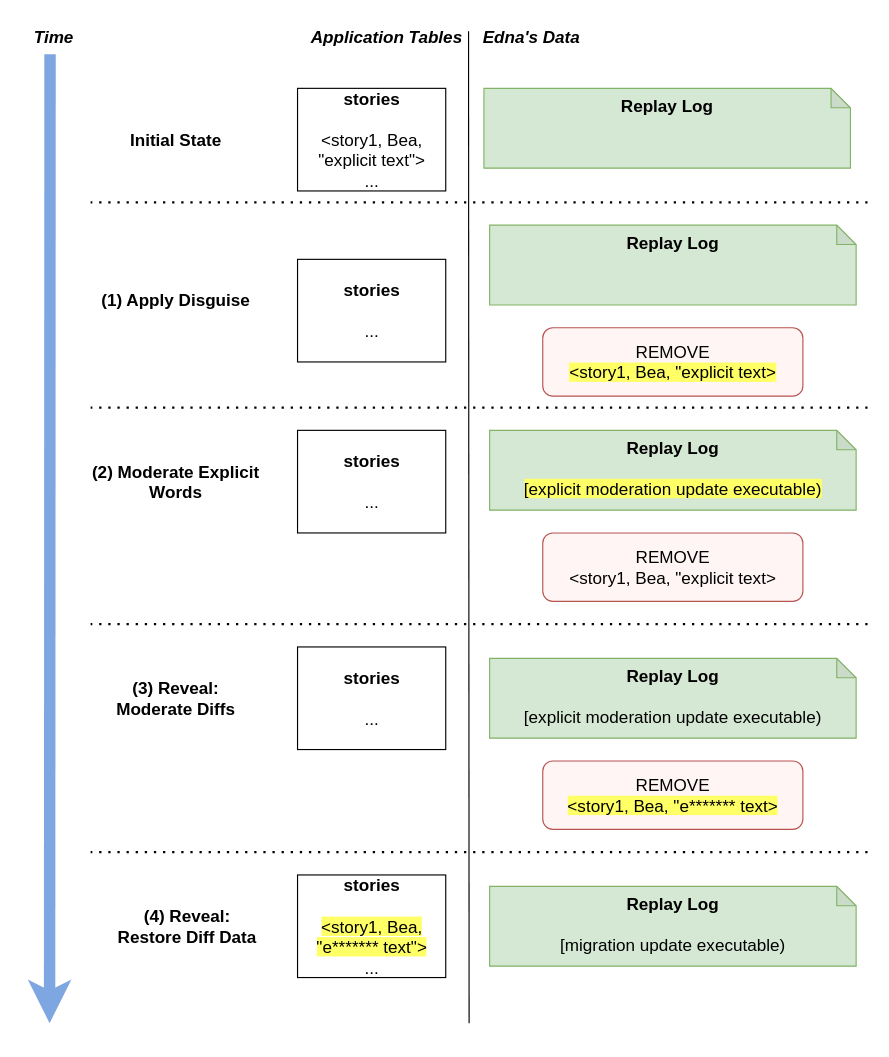
This is page "updates" (17 of 19) of thesis/figs/edna.drawio from tslilyai/thesis, a draw.io file, before an edit. Source tidied: cells renumbered, new cells numbered last; positions are measured from the earlier drawing's top-left corner, leaving out a move shared by most shapes. Both pictures are drawn from the tidied source at 114%, with x=0, y=0 at pixel (19, 19).
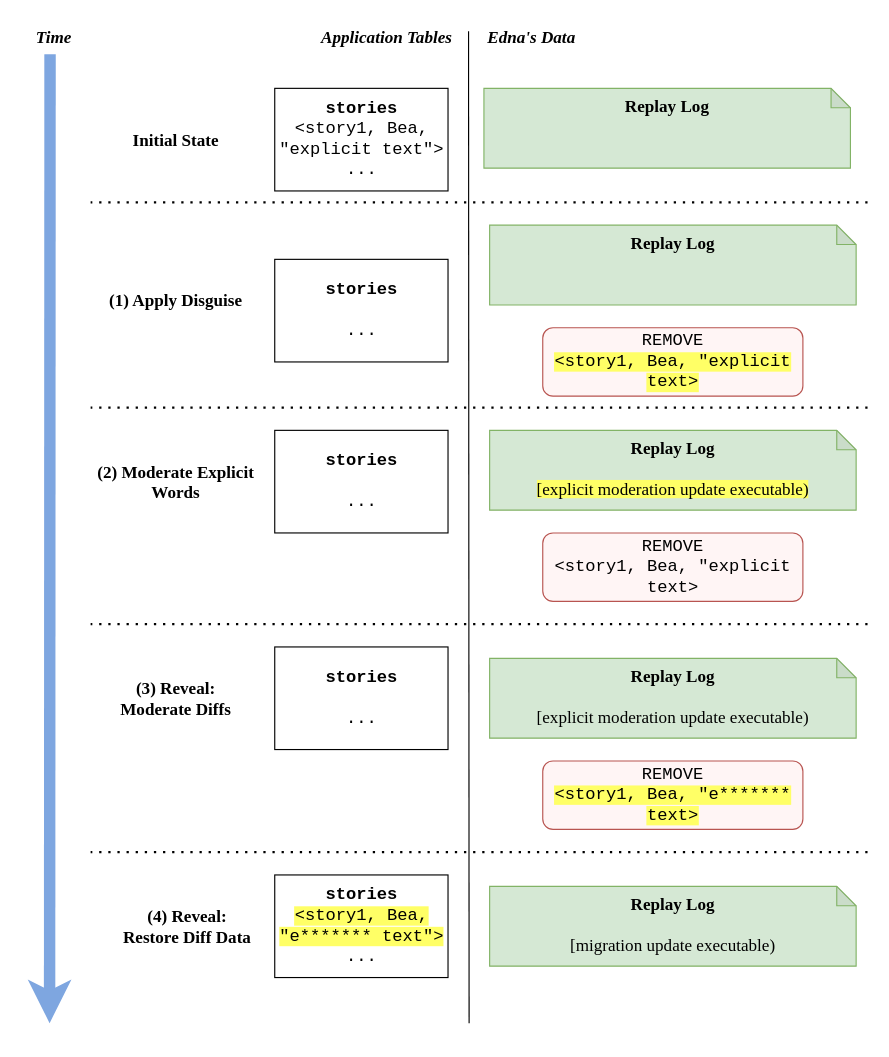
The same diagram, later.

Commit message (it also covers changes not shown here):
shared data hl fig and updates figs for s4

Diff of the diagram source:
```diff
@@
-    <mxCell id="2" value="REMOVE&lt;br&gt;&lt;span style=&quot;background-color: rgb(255, 255, 102);&quot;&gt;&amp;lt;story1, Bea, &quot;explicit text&amp;gt;&lt;/span&gt;" style="rounded=1;whiteSpace=wrap;html=1;fillColor=#fff5f5;strokeColor=#b85450;fontSize=15;" parent="1" vertex="1">
+    <mxCell id="2" value="REMOVE&lt;br&gt;&lt;span style=&quot;background-color: rgb(255, 255, 102);&quot;&gt;&amp;lt;story1, Bea, &quot;explicit text&amp;gt;&lt;/span&gt;" style="rounded=1;whiteSpace=wrap;html=1;fillColor=#fff5f5;strokeColor=#b85450;fontSize=15;fontFamily=Courier New;" parent="1" vertex="1">
       <mxGeometry x="458.6" y="270" width="228.2" height="60" as="geometry" />
     </mxCell>
-    <mxCell id="3" value="&lt;div style=&quot;font-size: 15px;&quot;&gt;&lt;/div&gt;&lt;b&gt;stories&lt;br&gt;&lt;/b&gt;&lt;br style=&quot;font-size: 15px;&quot;&gt;&amp;lt;story1, Bea, &quot;explicit text&quot;&amp;gt;&lt;br style=&quot;font-size: 15px;&quot;&gt;..." style="rounded=1;whiteSpace=wrap;html=1;arcSize=0;align=center;spacing=3;fontSize=15;" parent="1" vertex="1">
-      <mxGeometry x="243.5" y="60" width="130" height="90" as="geometry" />
+    <mxCell id="3" value="&lt;div style=&quot;font-size: 15px;&quot;&gt;&lt;/div&gt;&lt;b&gt;stories&lt;/b&gt;&lt;br style=&quot;font-size: 15px;&quot;&gt;&amp;lt;story1, Bea, &quot;explicit text&quot;&amp;gt;&lt;br style=&quot;font-size: 15px;&quot;&gt;..." style="rounded=1;whiteSpace=wrap;html=1;arcSize=0;align=center;spacing=0;fontSize=15;fontFamily=Courier New;" parent="1" vertex="1">
+      <mxGeometry x="223.5" y="60" width="152" height="90" as="geometry" />
     </mxCell>
-    <mxCell id="4" value="Application Tables" style="text;html=1;align=center;verticalAlign=middle;whiteSpace=wrap;rounded=0;fontStyle=3;fontSize=15;" parent="1" vertex="1">
+    <mxCell id="4" value="Application Tables" style="text;html=1;align=center;verticalAlign=middle;whiteSpace=wrap;rounded=0;fontStyle=3;fontSize=15;fontFamily=Times New Roman;" parent="1" vertex="1">
       <mxGeometry x="232" width="180" height="30" as="geometry" />
     </mxCell>
-    <mxCell id="5" value="Edna's Data" style="text;html=1;align=center;verticalAlign=middle;whiteSpace=wrap;rounded=0;fontStyle=3;fontSize=15;" parent="1" vertex="1">
+    <mxCell id="5" value="Edna's Data" style="text;html=1;align=center;verticalAlign=middle;whiteSpace=wrap;rounded=0;fontStyle=3;fontSize=15;fontFamily=Times New Roman;" parent="1" vertex="1">
       <mxGeometry x="353.5" width="190" height="30" as="geometry" />
     </mxCell>
-    <mxCell id="6" style="endArrow=none;html=1;strokeWidth=1;rounded=0;fontSize=15;" parent="1" edge="1">
+    <mxCell id="6" style="endArrow=none;html=1;strokeWidth=1;rounded=0;fontSize=15;fontFamily=Times New Roman;" parent="1" edge="1">
       <mxGeometry relative="1" as="geometry">
         <mxPoint x="394" y="880" as="sourcePoint" />
         <mxPoint x="393.5" y="10" as="targetPoint" />
       </mxGeometry>
     </mxCell>
-    <mxCell id="7" value="(1) Apply Disguise" style="text;html=1;align=center;verticalAlign=middle;whiteSpace=wrap;rounded=0;fontStyle=1;fontSize=15;" parent="1" vertex="1">
+    <mxCell id="7" value="(1) Apply Disguise" style="text;html=1;align=center;verticalAlign=middle;whiteSpace=wrap;rounded=0;fontStyle=1;fontSize=15;fontFamily=Times New Roman;" parent="1" vertex="1">
       <mxGeometry x="42" y="230" width="190" height="30" as="geometry" />
     </mxCell>
-    <mxCell id="8" value="(2) Moderate Explicit Words" style="text;html=1;align=center;verticalAlign=middle;whiteSpace=wrap;rounded=0;fontStyle=1;fontSize=15;" parent="1" vertex="1">
+    <mxCell id="8" value="(2) Moderate Explicit Words" style="text;html=1;align=center;verticalAlign=middle;whiteSpace=wrap;rounded=0;fontStyle=1;fontSize=15;fontFamily=Times New Roman;" parent="1" vertex="1">
       <mxGeometry x="62" y="390" width="150" height="30" as="geometry" />
     </mxCell>
-    <mxCell id="9" value="(3) Reveal:&lt;br&gt;Moderate Diffs" style="text;html=1;align=center;verticalAlign=middle;whiteSpace=wrap;rounded=0;fontStyle=1;fontSize=15;" parent="1" vertex="1">
+    <mxCell id="9" value="(3) Reveal:&lt;br&gt;Moderate Diffs" style="text;html=1;align=center;verticalAlign=middle;whiteSpace=wrap;rounded=0;fontStyle=1;fontSize=15;fontFamily=Times New Roman;" parent="1" vertex="1">
       <mxGeometry x="42" y="580" width="190" height="30" as="geometry" />
     </mxCell>
-    <mxCell id="10" value="&lt;b style=&quot;font-size: 15px;&quot;&gt;Replay Log&lt;br style=&quot;font-size: 15px;&quot;&gt;&lt;/b&gt;&lt;br style=&quot;font-size: 15px;&quot;&gt;&lt;br style=&quot;font-size: 15px;&quot;&gt;&lt;br style=&quot;font-size: 15px;&quot;&gt;&lt;div style=&quot;font-size: 15px;&quot;&gt;&lt;br style=&quot;font-size: 15px;&quot;&gt;&lt;/div&gt;" style="shape=note;whiteSpace=wrap;html=1;backgroundOutline=1;darkOpacity=0.05;size=17;fillColor=#d5e8d4;strokeColor=#82b366;fontSize=15;verticalAlign=top;" parent="1" vertex="1">
+    <mxCell id="10" value="&lt;b style=&quot;font-size: 15px;&quot;&gt;Replay Log&lt;br style=&quot;font-size: 15px;&quot;&gt;&lt;/b&gt;&lt;br style=&quot;font-size: 15px;&quot;&gt;&lt;br style=&quot;font-size: 15px;&quot;&gt;&lt;br style=&quot;font-size: 15px;&quot;&gt;&lt;div style=&quot;font-size: 15px;&quot;&gt;&lt;br style=&quot;font-size: 15px;&quot;&gt;&lt;/div&gt;" style="shape=note;whiteSpace=wrap;html=1;backgroundOutline=1;darkOpacity=0.05;size=17;fillColor=#d5e8d4;strokeColor=#82b366;fontSize=15;verticalAlign=top;fontFamily=Times New Roman;" parent="1" vertex="1">
       <mxGeometry x="407" y="60" width="321.5" height="70" as="geometry" />
     </mxCell>
-    <mxCell id="11" value="&lt;b style=&quot;font-size: 15px;&quot;&gt;Replay Log&lt;br style=&quot;font-size: 15px;&quot;&gt;&lt;/b&gt;&lt;br style=&quot;font-size: 15px;&quot;&gt;&lt;br style=&quot;font-size: 15px;&quot;&gt;&lt;br style=&quot;font-size: 15px;&quot;&gt;&lt;div style=&quot;font-size: 15px;&quot;&gt;&lt;br style=&quot;font-size: 15px;&quot;&gt;&lt;/div&gt;" style="shape=note;whiteSpace=wrap;html=1;backgroundOutline=1;darkOpacity=0.05;size=17;fillColor=#d5e8d4;strokeColor=#82b366;fontSize=15;verticalAlign=top;" parent="1" vertex="1">
+    <mxCell id="11" value="&lt;b style=&quot;font-size: 15px;&quot;&gt;Replay Log&lt;br style=&quot;font-size: 15px;&quot;&gt;&lt;/b&gt;&lt;br style=&quot;font-size: 15px;&quot;&gt;&lt;br style=&quot;font-size: 15px;&quot;&gt;&lt;br style=&quot;font-size: 15px;&quot;&gt;&lt;div style=&quot;font-size: 15px;&quot;&gt;&lt;br style=&quot;font-size: 15px;&quot;&gt;&lt;/div&gt;" style="shape=note;whiteSpace=wrap;html=1;backgroundOutline=1;darkOpacity=0.05;size=17;fillColor=#d5e8d4;strokeColor=#82b366;fontSize=15;verticalAlign=top;fontFamily=Times New Roman;" parent="1" vertex="1">
       <mxGeometry x="412" y="180" width="321.5" height="70" as="geometry" />
     </mxCell>
-    <mxCell id="12" value="&lt;b style=&quot;font-size: 15px;&quot;&gt;Replay Log&lt;br style=&quot;font-size: 15px;&quot;&gt;&lt;/b&gt;&lt;br style=&quot;font-size: 15px;&quot;&gt;&lt;span style=&quot;background-color: rgb(255, 255, 102);&quot;&gt;[explicit moderation update executable)&lt;br style=&quot;font-size: 15px;&quot;&gt;&lt;/span&gt;&lt;br style=&quot;font-size: 15px;&quot;&gt;&lt;div style=&quot;font-size: 15px;&quot;&gt;&lt;br style=&quot;font-size: 15px;&quot;&gt;&lt;/div&gt;" style="shape=note;whiteSpace=wrap;html=1;backgroundOutline=1;darkOpacity=0.05;size=17;fillColor=#d5e8d4;strokeColor=#82b366;fontSize=15;verticalAlign=top;" parent="1" vertex="1">
+    <mxCell id="12" value="&lt;b style=&quot;font-size: 15px;&quot;&gt;Replay Log&lt;br style=&quot;font-size: 15px;&quot;&gt;&lt;/b&gt;&lt;br style=&quot;font-size: 15px;&quot;&gt;&lt;span style=&quot;background-color: rgb(255, 255, 102);&quot;&gt;[explicit moderation update executable)&lt;br style=&quot;font-size: 15px;&quot;&gt;&lt;/span&gt;&lt;br style=&quot;font-size: 15px;&quot;&gt;&lt;div style=&quot;font-size: 15px;&quot;&gt;&lt;br style=&quot;font-size: 15px;&quot;&gt;&lt;/div&gt;" style="shape=note;whiteSpace=wrap;html=1;backgroundOutline=1;darkOpacity=0.05;size=17;fillColor=#d5e8d4;strokeColor=#82b366;fontSize=15;verticalAlign=top;fontFamily=Times New Roman;" parent="1" vertex="1">
       <mxGeometry x="412" y="360" width="321.5" height="70" as="geometry" />
     </mxCell>
-    <mxCell id="13" style="endArrow=none;dashed=1;html=1;dashPattern=1 3;strokeWidth=2;rounded=0;fontSize=15;" parent="1" edge="1">
+    <mxCell id="13" style="endArrow=none;dashed=1;html=1;dashPattern=1 3;strokeWidth=2;rounded=0;fontSize=15;fontFamily=Times New Roman;" parent="1" edge="1">
       <mxGeometry relative="1" as="geometry">
         <mxPoint x="743.5" y="530" as="sourcePoint" />
         <mxPoint x="62" y="530" as="targetPoint" />
       </mxGeometry>
     </mxCell>
-    <mxCell id="14" value="(4) Reveal:&lt;br&gt;Restore Diff Data" style="text;html=1;align=center;verticalAlign=middle;whiteSpace=wrap;rounded=0;fontStyle=1;fontSize=15;" parent="1" vertex="1">
+    <mxCell id="14" value="(4) Reveal:&lt;br&gt;Restore Diff Data" style="text;html=1;align=center;verticalAlign=middle;whiteSpace=wrap;rounded=0;fontStyle=1;fontSize=15;fontFamily=Times New Roman;" parent="1" vertex="1">
       <mxGeometry x="52" y="780" width="190" height="30" as="geometry" />
     </mxCell>
-    <mxCell id="15" value="&lt;b style=&quot;font-size: 15px;&quot;&gt;Replay Log&lt;br style=&quot;font-size: 15px;&quot;&gt;&lt;/b&gt;&lt;br style=&quot;font-size: 15px;&quot;&gt;[migration update executable)&lt;br style=&quot;font-size: 15px;&quot;&gt;&lt;br style=&quot;font-size: 15px;&quot;&gt;&lt;div style=&quot;font-size: 15px;&quot;&gt;&lt;br style=&quot;font-size: 15px;&quot;&gt;&lt;/div&gt;" style="shape=note;whiteSpace=wrap;html=1;backgroundOutline=1;darkOpacity=0.05;size=17;fillColor=#d5e8d4;strokeColor=#82b366;fontSize=15;verticalAlign=top;" parent="1" vertex="1">
+    <mxCell id="15" value="&lt;b style=&quot;font-size: 15px;&quot;&gt;Replay Log&lt;br style=&quot;font-size: 15px;&quot;&gt;&lt;/b&gt;&lt;br style=&quot;font-size: 15px;&quot;&gt;[migration update executable)&lt;br style=&quot;font-size: 15px;&quot;&gt;&lt;br style=&quot;font-size: 15px;&quot;&gt;&lt;div style=&quot;font-size: 15px;&quot;&gt;&lt;br style=&quot;font-size: 15px;&quot;&gt;&lt;/div&gt;" style="shape=note;whiteSpace=wrap;html=1;backgroundOutline=1;darkOpacity=0.05;size=17;fillColor=#d5e8d4;strokeColor=#82b366;fontSize=15;verticalAlign=top;fontFamily=Times New Roman;" parent="1" vertex="1">
       <mxGeometry x="412" y="760" width="321.5" height="70" as="geometry" />
     </mxCell>
-    <mxCell id="16" value="Initial State" style="text;html=1;align=center;verticalAlign=middle;whiteSpace=wrap;rounded=0;fontStyle=1;fontSize=15;" parent="1" vertex="1">
+    <mxCell id="16" value="Initial State" style="text;html=1;align=center;verticalAlign=middle;whiteSpace=wrap;rounded=0;fontStyle=1;fontSize=15;fontFamily=Times New Roman;" parent="1" vertex="1">
       <mxGeometry x="42" y="90" width="190" height="30" as="geometry" />
     </mxCell>
-    <mxCell id="17" value="&lt;div style=&quot;font-size: 15px;&quot;&gt;&lt;/div&gt;&lt;b&gt;stories&lt;br&gt;&lt;/b&gt;&lt;br style=&quot;font-size: 15px;&quot;&gt;&lt;span style=&quot;background-color: rgb(255, 255, 102);&quot;&gt;&amp;lt;story1, Bea, &quot;e******* text&quot;&amp;gt;&lt;br style=&quot;border-color: var(--border-color);&quot;&gt;&lt;/span&gt;..." style="rounded=1;whiteSpace=wrap;html=1;arcSize=0;align=center;spacing=3;fontSize=15;" parent="1" vertex="1">
-      <mxGeometry x="243.5" y="750" width="130" height="90" as="geometry" />
+    <mxCell id="17" value="&lt;div style=&quot;font-size: 15px;&quot;&gt;&lt;/div&gt;&lt;b&gt;stories&lt;/b&gt;&lt;br style=&quot;font-size: 15px;&quot;&gt;&lt;span style=&quot;background-color: rgb(255, 255, 102);&quot;&gt;&amp;lt;story1, Bea, &quot;e******* text&quot;&amp;gt;&lt;br style=&quot;border-color: var(--border-color);&quot;&gt;&lt;/span&gt;..." style="rounded=1;whiteSpace=wrap;html=1;arcSize=0;align=center;spacing=3;fontSize=15;fontFamily=Courier New;" parent="1" vertex="1">
+      <mxGeometry x="223.5" y="750" width="152" height="90" as="geometry" />
     </mxCell>
-    <mxCell id="18" value="REMOVE&lt;br&gt;&amp;lt;story1, Bea, &quot;explicit text&amp;gt;" style="rounded=1;whiteSpace=wrap;html=1;fillColor=#fff5f5;strokeColor=#b85450;fontSize=15;" parent="1" vertex="1">
+    <mxCell id="18" value="REMOVE&lt;br&gt;&amp;lt;story1, Bea, &quot;explicit text&amp;gt;" style="rounded=1;whiteSpace=wrap;html=1;fillColor=#fff5f5;strokeColor=#b85450;fontSize=15;fontFamily=Courier New;" parent="1" vertex="1">
       <mxGeometry x="458.6" y="450" width="228.2" height="60" as="geometry" />
     </mxCell>
-    <mxCell id="19" value="&lt;b style=&quot;font-size: 15px;&quot;&gt;Replay Log&lt;br style=&quot;font-size: 15px;&quot;&gt;&lt;/b&gt;&lt;br style=&quot;font-size: 15px;&quot;&gt;[explicit moderation update executable)&lt;br style=&quot;font-size: 15px;&quot;&gt;&lt;br style=&quot;font-size: 15px;&quot;&gt;&lt;div style=&quot;font-size: 15px;&quot;&gt;&lt;br style=&quot;font-size: 15px;&quot;&gt;&lt;/div&gt;" style="shape=note;whiteSpace=wrap;html=1;backgroundOutline=1;darkOpacity=0.05;size=17;fillColor=#d5e8d4;strokeColor=#82b366;fontSize=15;verticalAlign=top;" parent="1" vertex="1">
+    <mxCell id="19" value="&lt;b style=&quot;font-size: 15px;&quot;&gt;Replay Log&lt;br style=&quot;font-size: 15px;&quot;&gt;&lt;/b&gt;&lt;br style=&quot;font-size: 15px;&quot;&gt;[explicit moderation update executable)&lt;br style=&quot;font-size: 15px;&quot;&gt;&lt;br style=&quot;font-size: 15px;&quot;&gt;&lt;div style=&quot;font-size: 15px;&quot;&gt;&lt;br style=&quot;font-size: 15px;&quot;&gt;&lt;/div&gt;" style="shape=note;whiteSpace=wrap;html=1;backgroundOutline=1;darkOpacity=0.05;size=17;fillColor=#d5e8d4;strokeColor=#82b366;fontSize=15;verticalAlign=top;fontFamily=Times New Roman;" parent="1" vertex="1">
       <mxGeometry x="412" y="560" width="321.5" height="70" as="geometry" />
     </mxCell>
-    <mxCell id="20" value="REMOVE&lt;br&gt;&lt;span style=&quot;background-color: rgb(255, 255, 102);&quot;&gt;&amp;lt;story1, Bea, &quot;e******* text&amp;gt;&lt;/span&gt;" style="rounded=1;whiteSpace=wrap;html=1;fillColor=#fff5f5;strokeColor=#b85450;fontSize=15;" parent="1" vertex="1">
+    <mxCell id="20" value="REMOVE&lt;br&gt;&lt;span style=&quot;background-color: rgb(255, 255, 102);&quot;&gt;&amp;lt;story1, Bea, &quot;e******* text&amp;gt;&lt;/span&gt;" style="rounded=1;whiteSpace=wrap;html=1;fillColor=#fff5f5;strokeColor=#b85450;fontSize=15;fontFamily=Courier New;" parent="1" vertex="1">
       <mxGeometry x="458.6" y="650" width="228.2" height="60" as="geometry" />
     </mxCell>
-    <mxCell id="21" style="endArrow=none;dashed=1;html=1;dashPattern=1 3;strokeWidth=2;rounded=0;fontSize=15;" parent="1" edge="1">
+    <mxCell id="21" style="endArrow=none;dashed=1;html=1;dashPattern=1 3;strokeWidth=2;rounded=0;fontSize=15;fontFamily=Times New Roman;" parent="1" edge="1">
       <mxGeometry relative="1" as="geometry">
         <mxPoint x="743.5" y="340" as="sourcePoint" />
         <mxPoint x="62" y="340" as="targetPoint" />
       </mxGeometry>
     </mxCell>
-    <mxCell id="22" style="endArrow=none;dashed=1;html=1;dashPattern=1 3;strokeWidth=2;rounded=0;fontSize=15;" parent="1" edge="1">
+    <mxCell id="22" style="endArrow=none;dashed=1;html=1;dashPattern=1 3;strokeWidth=2;rounded=0;fontSize=15;fontFamily=Times New Roman;" parent="1" edge="1">
       <mxGeometry relative="1" as="geometry">
         <mxPoint x="743.5" y="160" as="sourcePoint" />
         <mxPoint x="62" y="160" as="targetPoint" />
       </mxGeometry>
     </mxCell>
-    <mxCell id="23" style="endArrow=none;dashed=1;html=1;dashPattern=1 3;strokeWidth=2;rounded=0;fontSize=15;" parent="1" edge="1">
+    <mxCell id="23" style="endArrow=none;dashed=1;html=1;dashPattern=1 3;strokeWidth=2;rounded=0;fontSize=15;fontFamily=Times New Roman;" parent="1" edge="1">
       <mxGeometry relative="1" as="geometry">
         <mxPoint x="743.5" y="730" as="sourcePoint" />
         <mxPoint x="62" y="730" as="targetPoint" />
       </mxGeometry>
     </mxCell>
-    <mxCell id="24" value="&lt;div style=&quot;font-size: 15px;&quot;&gt;&lt;/div&gt;&lt;b&gt;stories&lt;br&gt;&lt;/b&gt;&lt;br style=&quot;font-size: 15px;&quot;&gt;..." style="rounded=1;whiteSpace=wrap;html=1;arcSize=0;align=center;spacing=3;fontSize=15;" parent="1" vertex="1">
-      <mxGeometry x="243.5" y="210" width="130" height="90" as="geometry" />
+    <mxCell id="24" value="&lt;div style=&quot;font-size: 15px;&quot;&gt;&lt;/div&gt;&lt;b&gt;stories&lt;br&gt;&lt;/b&gt;&lt;br style=&quot;font-size: 15px;&quot;&gt;..." style="rounded=1;whiteSpace=wrap;html=1;arcSize=0;align=center;spacing=3;fontSize=15;fontFamily=Courier New;" parent="1" vertex="1">
+      <mxGeometry x="223.5" y="210" width="152" height="90" as="geometry" />
     </mxCell>
-    <mxCell id="25" value="&lt;div style=&quot;font-size: 15px;&quot;&gt;&lt;/div&gt;&lt;b&gt;stories&lt;br&gt;&lt;/b&gt;&lt;br style=&quot;font-size: 15px;&quot;&gt;..." style="rounded=1;whiteSpace=wrap;html=1;arcSize=0;align=center;spacing=3;fontSize=15;" parent="1" vertex="1">
-      <mxGeometry x="243.5" y="360" width="130" height="90" as="geometry" />
+    <mxCell id="25" value="&lt;div style=&quot;font-size: 15px;&quot;&gt;&lt;/div&gt;&lt;b&gt;stories&lt;br&gt;&lt;/b&gt;&lt;br style=&quot;font-size: 15px;&quot;&gt;..." style="rounded=1;whiteSpace=wrap;html=1;arcSize=0;align=center;spacing=3;fontSize=15;fontFamily=Courier New;" parent="1" vertex="1">
+      <mxGeometry x="223.5" y="360" width="152" height="90" as="geometry" />
     </mxCell>
-    <mxCell id="26" value="&lt;div style=&quot;font-size: 15px;&quot;&gt;&lt;/div&gt;&lt;b&gt;stories&lt;br&gt;&lt;/b&gt;&lt;br style=&quot;font-size: 15px;&quot;&gt;..." style="rounded=1;whiteSpace=wrap;html=1;arcSize=0;align=center;spacing=3;fontSize=15;" parent="1" vertex="1">
-      <mxGeometry x="243.5" y="550" width="130" height="90" as="geometry" />
+    <mxCell id="26" value="&lt;div style=&quot;font-size: 15px;&quot;&gt;&lt;/div&gt;&lt;b&gt;stories&lt;br&gt;&lt;/b&gt;&lt;br style=&quot;font-size: 15px;&quot;&gt;..." style="rounded=1;whiteSpace=wrap;html=1;arcSize=0;align=center;spacing=3;fontSize=15;fontFamily=Courier New;" parent="1" vertex="1">
+      <mxGeometry x="223.5" y="550" width="152" height="90" as="geometry" />
     </mxCell>
-    <mxCell id="27" value="Time" style="text;html=1;align=center;verticalAlign=middle;whiteSpace=wrap;rounded=0;fontStyle=3;fontSize=15;strokeWidth=10;strokeColor=none;" parent="1" vertex="1">
+    <mxCell id="27" value="Time" style="text;html=1;align=center;verticalAlign=middle;whiteSpace=wrap;rounded=0;fontStyle=3;fontSize=15;strokeWidth=10;strokeColor=none;fontFamily=Times New Roman;" parent="1" vertex="1">
       <mxGeometry width="60" height="30" as="geometry" />
     </mxCell>
-    <mxCell id="28" style="endArrow=classic;html=1;rounded=0;strokeWidth=10;strokeColor=#7EA6E0;" parent="1" edge="1">
+    <mxCell id="28" style="endArrow=classic;html=1;rounded=0;strokeWidth=10;strokeColor=#7EA6E0;fontFamily=Times New Roman;" parent="1" edge="1">
       <mxGeometry relative="1" as="geometry">
         <mxPoint x="26.4" y="30" as="sourcePoint" />
         <mxPoint x="26" y="880" as="targetPoint" />
       </mxGeometry>
     </mxCell>
```
